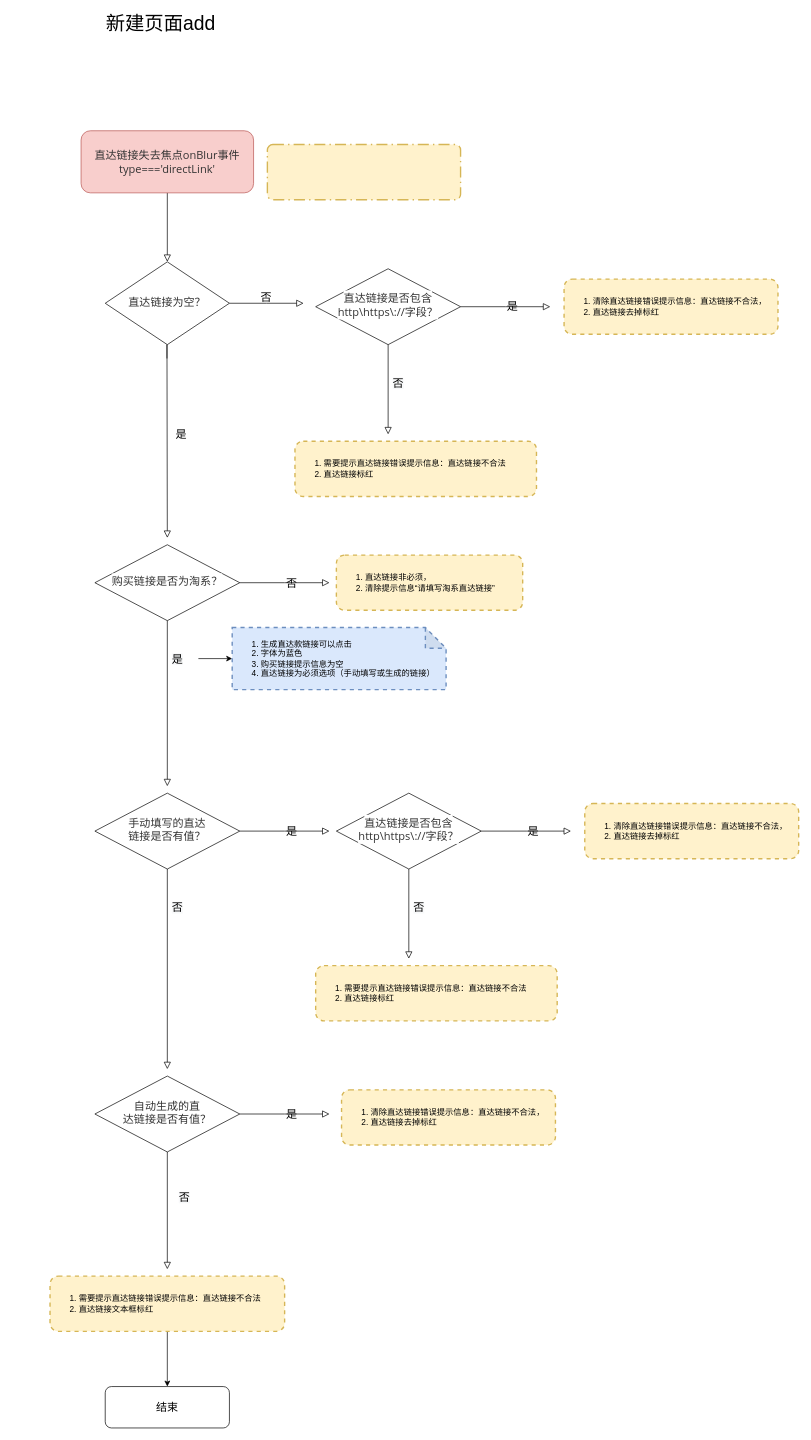
Above: 直达链接失去焦点onblur事件.drawio in AnneLau/-algorithm_bubble (draw.io), before the change. Source tidied: cells renumbered, new cells numbered last; positions are measured from the earlier drawing's top-left corner, leaving out a move shared by most shapes. Both pictures are drawn from the tidied source at 69%, with x=0, y=0 at pixel (50, 13).
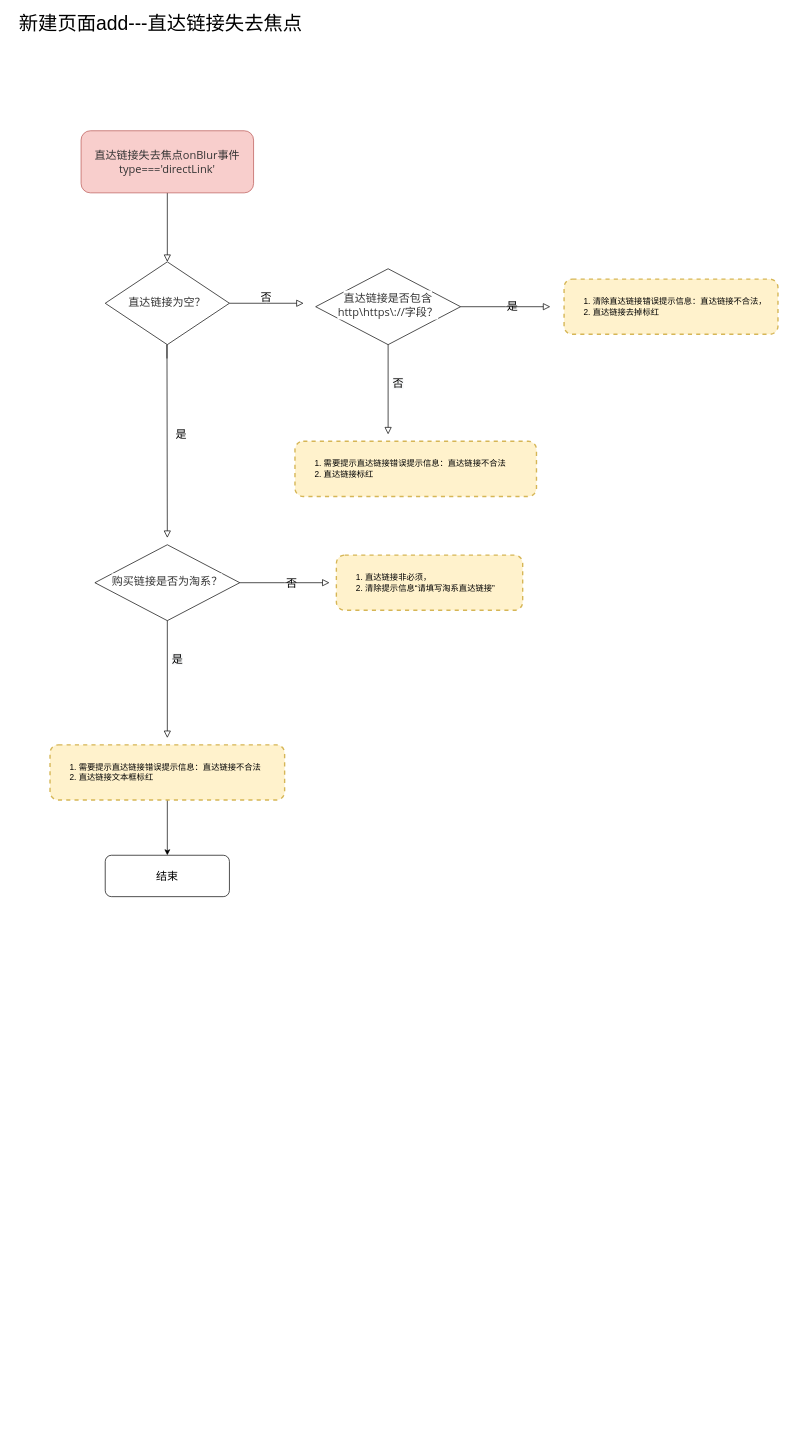
The same diagram, later.

Commit message (it also covers changes not shown here):
Update 直达链接失去焦点onblur事件.drawio

Unchanged cells that the change refers to:
```xml
<mxCell id="15" value="&lt;span style=&quot;color: rgb(0, 0, 0); font-family: helvetica; font-size: 16px; font-style: normal; font-weight: 400; letter-spacing: normal; text-align: center; text-indent: 0px; text-transform: none; word-spacing: 0px; background-color: rgb(248, 249, 250); display: inline; float: none;&quot;&gt;是&lt;/span&gt;" style="text;whiteSpace=wrap;html=1;" parent="1" vertex="1">
  <mxGeometry x="175" y="920" width="40" height="30" as="geometry" />
</mxCell>
```

Diff of the diagram source:
```diff
@@
-<mxGraphModel>
+<mxGraphModel background="#ffffff">
@@
-    <mxCell id="6" value="&lt;font style=&quot;font-size: 16px&quot;&gt;结束&lt;/font&gt;" style="rounded=1;whiteSpace=wrap;html=1;fontSize=12;glass=0;strokeWidth=1;shadow=0;" parent="1" vertex="1">
-      <mxGeometry x="80" y="1990" width="180" height="60" as="geometry" />
-    </mxCell>
-    <mxCell id="7" value="&lt;font style=&quot;font-size: 28px&quot;&gt;新建页面add&lt;/font&gt;" style="text;html=1;align=center;verticalAlign=middle;" parent="1" vertex="1">
-      <mxGeometry x="75" width="170" height="30" as="geometry" />
+    <mxCell id="7" value="&lt;font style=&quot;font-size: 28px&quot;&gt;新建页面add---直达链接失去焦点&lt;/font&gt;" style="text;html=1;align=center;verticalAlign=middle;" parent="1" vertex="1">
+      <mxGeometry x="-55" width="430" height="30" as="geometry" />
     </mxCell>
-    <mxCell id="8" style="rounded=1;arcSize=10;dashed=1;strokeColor=#d6b656;fillColor=#fff2cc;dashPattern=8 3 1 3;strokeWidth=2;align=left;spacingTop=1;spacingLeft=20;" parent="1" vertex="1">
-      <mxGeometry x="315" y="190" width="280" height="80" as="geometry" />
-    </mxCell>
@@
     <mxCell id="12" style="rounded=0;html=1;jettySize=auto;orthogonalLoop=1;fontSize=11;endArrow=block;endFill=0;endSize=8;strokeWidth=1;shadow=0;labelBackgroundColor=none;edgeStyle=orthogonalEdgeStyle;" parent="1" edge="1">
       <mxGeometry relative="1" as="geometry">
         <mxPoint x="170" y="880" as="sourcePoint" />
-        <mxPoint x="170" y="1120" as="targetPoint" />
+        <mxPoint x="170" y="1050" as="targetPoint" />
+        <Array as="points">
+          <mxPoint x="170" y="880" />
+          <mxPoint x="170" y="1040" />
+        </Array>
       </mxGeometry>
     </mxCell>
@@
-    <mxCell id="14" style="edgeStyle=orthogonalEdgeStyle;rounded=0;jettySize=auto;html=1;" parent="1" edge="1" source="15" target="16">
-      <mxGeometry relative="1" as="geometry" />
-    </mxCell>
@@
-    <mxCell id="16" value="&lt;ol&gt;&lt;li&gt;生成直达款链接可以点击&lt;/li&gt;&lt;li&gt;字体为蓝色&lt;/li&gt;&lt;li&gt;购买链接提示信息为空&lt;/li&gt;&lt;li&gt;&lt;span&gt;直达链接为必须选项（手动填写或生成的链接）&lt;br&gt;&lt;/span&gt;&lt;/li&gt;&lt;/ol&gt;" style="shape=note;whiteSpace=wrap;html=1;backgroundOutline=1;darkOpacity=0.05;dashed=1;strokeWidth=2;align=left;fillColor=#dae8fc;strokeColor=#6c8ebf;" parent="1" vertex="1">
-      <mxGeometry x="264" y="890" width="310" height="90" as="geometry" />
-    </mxCell>
-    <mxCell id="17" value="&lt;span style=&quot;color: rgb(51 , 51 , 51) ; font-family: &amp;#34;open sans&amp;#34; , &amp;#34;clear sans&amp;#34; , &amp;#34;helvetica neue&amp;#34; , &amp;#34;helvetica&amp;#34; , &amp;#34;arial&amp;#34; , sans-serif ; font-size: 16px ; background-color: rgb(255 , 255 , 255)&quot;&gt;手动填写的直达&lt;br&gt;链接是否有值？&lt;/span&gt;" style="rhombus;whiteSpace=wrap;html=1;shadow=0;fontFamily=Helvetica;fontSize=12;align=center;strokeWidth=1;spacing=6;spacingTop=-4;" parent="1" vertex="1">
-      <mxGeometry x="65" y="1130" width="210" height="110" as="geometry" />
-    </mxCell>
-    <mxCell id="18" value="&lt;span style=&quot;font-size: 16px&quot;&gt;是&lt;/span&gt;" style="edgeStyle=orthogonalEdgeStyle;rounded=0;html=1;jettySize=auto;fontSize=11;endArrow=block;endFill=0;endSize=8;strokeWidth=1;shadow=0;labelBackgroundColor=none;" parent="1" edge="1" source="17">
-      <mxGeometry y="10" relative="1" as="geometry">
-        <mxPoint x="405" y="1185" as="targetPoint" />
-      </mxGeometry>
-    </mxCell>
-    <mxCell id="19" style="rounded=0;html=1;jettySize=auto;orthogonalLoop=1;fontSize=11;endArrow=block;endFill=0;endSize=8;strokeWidth=1;shadow=0;labelBackgroundColor=none;edgeStyle=orthogonalEdgeStyle;" parent="1" edge="1">
-      <mxGeometry relative="1" as="geometry">
-        <mxPoint x="170" y="1240" as="sourcePoint" />
-        <mxPoint x="170" y="1530" as="targetPoint" />
-      </mxGeometry>
-    </mxCell>
-    <mxCell id="20" style="edgeStyle=orthogonalEdgeStyle;rounded=0;jettySize=auto;html=1;" parent="1" edge="1" source="21" target="6">
-      <mxGeometry relative="1" as="geometry" />
-    </mxCell>
-    <mxCell id="21" value="&lt;blockquote style=&quot;margin: 0 0 0 40px ; border: none ; padding: 0px&quot;&gt;&lt;/blockquote&gt;&lt;blockquote style=&quot;margin: 0 0 0 40px ; border: none ; padding: 0px&quot;&gt;&lt;/blockquote&gt;&lt;blockquote style=&quot;margin: 0 0 0 40px ; border: none ; padding: 0px&quot;&gt;&lt;/blockquote&gt;&lt;div&gt;&lt;div&gt;&lt;ol&gt;&lt;li&gt;需要提示直达链接错误提示信息：直达链接不合法&lt;/li&gt;&lt;li&gt;直达链接文本框标红&lt;/li&gt;&lt;/ol&gt;&lt;/div&gt;&lt;/div&gt;&lt;blockquote style=&quot;margin: 0 0 0 40px ; border: none ; padding: 0px&quot;&gt;&lt;/blockquote&gt;&lt;blockquote style=&quot;margin: 0 0 0 40px ; border: none ; padding: 0px&quot;&gt;&lt;/blockquote&gt;&lt;blockquote style=&quot;margin: 0 0 0 40px ; border: none ; padding: 0px&quot;&gt;&lt;/blockquote&gt;" style="rounded=1;whiteSpace=wrap;html=1;fontSize=12;glass=0;strokeWidth=2;shadow=0;align=left;fillColor=#fff2cc;strokeColor=#d6b656;dashed=1;" parent="1" vertex="1">
-      <mxGeometry y="1830" width="340" height="80" as="geometry" />
-    </mxCell>
-    <mxCell id="22" value="&lt;span style=&quot;color: rgb(0 , 0 , 0) ; font-family: &amp;#34;helvetica&amp;#34; ; font-size: 16px ; font-style: normal ; font-weight: 400 ; letter-spacing: normal ; text-align: center ; text-indent: 0px ; text-transform: none ; word-spacing: 0px ; background-color: rgb(248 , 249 , 250) ; display: inline ; float: none&quot;&gt;否&lt;/span&gt;" style="text;whiteSpace=wrap;html=1;" parent="1" vertex="1">
-      <mxGeometry x="175" y="1280" width="40" height="30" as="geometry" />
-    </mxCell>
-    <mxCell id="23" value="&lt;span style=&quot;color: rgb(51 , 51 , 51) ; font-family: &amp;#34;open sans&amp;#34; , &amp;#34;clear sans&amp;#34; , &amp;#34;helvetica neue&amp;#34; , &amp;#34;helvetica&amp;#34; , &amp;#34;arial&amp;#34; , sans-serif ; font-size: 16px ; background-color: rgb(255 , 255 , 255)&quot;&gt;直达链接是否包含http\https\://字段？&lt;/span&gt;" style="rhombus;whiteSpace=wrap;html=1;shadow=0;fontFamily=Helvetica;fontSize=12;align=center;strokeWidth=1;spacing=6;spacingTop=-4;" parent="1" vertex="1">
-      <mxGeometry x="415" y="1130" width="210" height="110" as="geometry" />
-    </mxCell>
-    <mxCell id="24" value="&lt;span style=&quot;font-size: 16px&quot;&gt;是&lt;/span&gt;" style="edgeStyle=orthogonalEdgeStyle;rounded=0;html=1;jettySize=auto;fontSize=11;endArrow=block;endFill=0;endSize=8;strokeWidth=1;shadow=0;labelBackgroundColor=none;" parent="1" edge="1" source="23">
-      <mxGeometry y="10" relative="1" as="geometry">
-        <mxPoint x="755" y="1185" as="targetPoint" />
-      </mxGeometry>
-    </mxCell>
-    <mxCell id="25" value="&lt;span style=&quot;color: rgb(0 , 0 , 0) ; font-family: &amp;#34;helvetica&amp;#34; ; font-size: 16px ; font-style: normal ; font-weight: 400 ; letter-spacing: normal ; text-align: center ; text-indent: 0px ; text-transform: none ; word-spacing: 0px ; background-color: rgb(248 , 249 , 250) ; display: inline ; float: none&quot;&gt;否&lt;/span&gt;" style="text;whiteSpace=wrap;html=1;" parent="1" vertex="1">
-      <mxGeometry x="525" y="1280" width="40" height="30" as="geometry" />
-    </mxCell>
-    <mxCell id="26" style="rounded=0;html=1;jettySize=auto;orthogonalLoop=1;fontSize=11;endArrow=block;endFill=0;endSize=8;strokeWidth=1;shadow=0;labelBackgroundColor=none;edgeStyle=orthogonalEdgeStyle;" parent="1" edge="1">
-      <mxGeometry relative="1" as="geometry">
-        <mxPoint x="520" y="1240" as="sourcePoint" />
-        <mxPoint x="520" y="1370" as="targetPoint" />
-      </mxGeometry>
-    </mxCell>
-    <mxCell id="27" value="&lt;blockquote style=&quot;margin: 0 0 0 40px ; border: none ; padding: 0px&quot;&gt;&lt;/blockquote&gt;&lt;blockquote style=&quot;margin: 0 0 0 40px ; border: none ; padding: 0px&quot;&gt;&lt;/blockquote&gt;&lt;blockquote style=&quot;margin: 0 0 0 40px ; border: none ; padding: 0px&quot;&gt;&lt;/blockquote&gt;&lt;div&gt;&lt;ol&gt;&lt;li&gt;清除直达链接错误提示信息：直达链接不合法，&lt;/li&gt;&lt;li&gt;直达链接去掉标红&lt;/li&gt;&lt;/ol&gt;&lt;/div&gt;&lt;blockquote style=&quot;margin: 0 0 0 40px ; border: none ; padding: 0px&quot;&gt;&lt;/blockquote&gt;&lt;blockquote style=&quot;margin: 0 0 0 40px ; border: none ; padding: 0px&quot;&gt;&lt;/blockquote&gt;&lt;blockquote style=&quot;margin: 0 0 0 40px ; border: none ; padding: 0px&quot;&gt;&lt;/blockquote&gt;" style="rounded=1;whiteSpace=wrap;html=1;fontSize=12;glass=0;strokeWidth=2;shadow=0;align=left;fillColor=#fff2cc;strokeColor=#d6b656;dashed=1;" parent="1" vertex="1">
-      <mxGeometry x="775" y="1145" width="310" height="80" as="geometry" />
-    </mxCell>
-    <mxCell id="28" value="&lt;blockquote style=&quot;margin: 0 0 0 40px ; border: none ; padding: 0px&quot;&gt;&lt;/blockquote&gt;&lt;blockquote style=&quot;margin: 0 0 0 40px ; border: none ; padding: 0px&quot;&gt;&lt;/blockquote&gt;&lt;blockquote style=&quot;margin: 0 0 0 40px ; border: none ; padding: 0px&quot;&gt;&lt;/blockquote&gt;&lt;div&gt;&lt;ol&gt;&lt;li&gt;需要提示直达链接错误提示信息：直达链接不合法&lt;/li&gt;&lt;li&gt;直达链接标红&lt;br&gt;&lt;/li&gt;&lt;/ol&gt;&lt;/div&gt;&lt;blockquote style=&quot;margin: 0 0 0 40px ; border: none ; padding: 0px&quot;&gt;&lt;/blockquote&gt;&lt;blockquote style=&quot;margin: 0 0 0 40px ; border: none ; padding: 0px&quot;&gt;&lt;/blockquote&gt;&lt;blockquote style=&quot;margin: 0 0 0 40px ; border: none ; padding: 0px&quot;&gt;&lt;/blockquote&gt;" style="rounded=1;whiteSpace=wrap;html=1;fontSize=12;glass=0;strokeWidth=2;shadow=0;align=left;fillColor=#fff2cc;strokeColor=#d6b656;dashed=1;" parent="1" vertex="1">
-      <mxGeometry x="385" y="1380" width="350" height="80" as="geometry" />
-    </mxCell>
-    <mxCell id="29" value="&lt;font color=&quot;#333333&quot; face=&quot;open sans, clear sans, helvetica neue, helvetica, arial, sans-serif&quot;&gt;&lt;span style=&quot;font-size: 16px&quot;&gt;自动生成的直&lt;br&gt;达链接是否有值？&lt;/span&gt;&lt;/font&gt;" style="rhombus;whiteSpace=wrap;html=1;shadow=0;fontFamily=Helvetica;fontSize=12;align=center;strokeWidth=1;spacing=6;spacingTop=-4;" parent="1" vertex="1">
-      <mxGeometry x="65" y="1540" width="210" height="110" as="geometry" />
-    </mxCell>
-    <mxCell id="30" value="&lt;span style=&quot;font-size: 16px&quot;&gt;是&lt;/span&gt;" style="edgeStyle=orthogonalEdgeStyle;rounded=0;html=1;jettySize=auto;fontSize=11;endArrow=block;endFill=0;endSize=8;strokeWidth=1;shadow=0;labelBackgroundColor=none;" parent="1" edge="1" source="29">
-      <mxGeometry y="10" relative="1" as="geometry">
-        <mxPoint x="405" y="1595" as="targetPoint" />
-      </mxGeometry>
-    </mxCell>
-    <mxCell id="31" style="rounded=0;html=1;jettySize=auto;orthogonalLoop=1;fontSize=11;endArrow=block;endFill=0;endSize=8;strokeWidth=1;shadow=0;labelBackgroundColor=none;edgeStyle=orthogonalEdgeStyle;" parent="1" edge="1">
-      <mxGeometry relative="1" as="geometry">
-        <mxPoint x="170" y="1650" as="sourcePoint" />
-        <mxPoint x="170" y="1820" as="targetPoint" />
-      </mxGeometry>
-    </mxCell>
-    <mxCell id="32" value="&lt;blockquote style=&quot;margin: 0 0 0 40px ; border: none ; padding: 0px&quot;&gt;&lt;/blockquote&gt;&lt;blockquote style=&quot;margin: 0 0 0 40px ; border: none ; padding: 0px&quot;&gt;&lt;/blockquote&gt;&lt;blockquote style=&quot;margin: 0 0 0 40px ; border: none ; padding: 0px&quot;&gt;&lt;/blockquote&gt;&lt;div&gt;&lt;ol&gt;&lt;li&gt;清除直达链接错误提示信息：直达链接不合法，&lt;/li&gt;&lt;li&gt;直达链接去掉标红&lt;/li&gt;&lt;/ol&gt;&lt;/div&gt;&lt;blockquote style=&quot;margin: 0 0 0 40px ; border: none ; padding: 0px&quot;&gt;&lt;/blockquote&gt;&lt;blockquote style=&quot;margin: 0 0 0 40px ; border: none ; padding: 0px&quot;&gt;&lt;/blockquote&gt;&lt;blockquote style=&quot;margin: 0 0 0 40px ; border: none ; padding: 0px&quot;&gt;&lt;/blockquote&gt;" style="rounded=1;whiteSpace=wrap;html=1;fontSize=12;glass=0;strokeWidth=2;shadow=0;align=left;fillColor=#fff2cc;strokeColor=#d6b656;dashed=1;" parent="1" vertex="1">
-      <mxGeometry x="422.5" y="1560" width="310" height="80" as="geometry" />
-    </mxCell>
-    <mxCell id="33" value="&lt;span style=&quot;color: rgb(0 , 0 , 0) ; font-family: &amp;#34;helvetica&amp;#34; ; font-size: 16px ; font-style: normal ; font-weight: 400 ; letter-spacing: normal ; text-align: center ; text-indent: 0px ; text-transform: none ; word-spacing: 0px ; background-color: rgb(248 , 249 , 250) ; display: inline ; float: none&quot;&gt;否&lt;/span&gt;" style="text;whiteSpace=wrap;html=1;" parent="1" vertex="1">
-      <mxGeometry x="185" y="1700" width="40" height="30" as="geometry" />
-    </mxCell>
@@
+    <mxCell id="6" value="&lt;font style=&quot;font-size: 16px&quot;&gt;结束&lt;/font&gt;" style="rounded=1;whiteSpace=wrap;html=1;fontSize=12;glass=0;strokeWidth=1;shadow=0;" parent="1" vertex="1">
+      <mxGeometry x="80" y="1220" width="180" height="60" as="geometry" />
+    </mxCell>
+    <mxCell id="20" style="edgeStyle=orthogonalEdgeStyle;rounded=0;jettySize=auto;html=1;" parent="1" edge="1" source="21" target="6">
+      <mxGeometry relative="1" as="geometry" />
+    </mxCell>
+    <mxCell id="21" value="&lt;blockquote style=&quot;margin: 0 0 0 40px ; border: none ; padding: 0px&quot;&gt;&lt;/blockquote&gt;&lt;blockquote style=&quot;margin: 0 0 0 40px ; border: none ; padding: 0px&quot;&gt;&lt;/blockquote&gt;&lt;blockquote style=&quot;margin: 0 0 0 40px ; border: none ; padding: 0px&quot;&gt;&lt;/blockquote&gt;&lt;div&gt;&lt;div&gt;&lt;ol&gt;&lt;li&gt;需要提示直达链接错误提示信息：直达链接不合法&lt;/li&gt;&lt;li&gt;直达链接文本框标红&lt;/li&gt;&lt;/ol&gt;&lt;/div&gt;&lt;/div&gt;&lt;blockquote style=&quot;margin: 0 0 0 40px ; border: none ; padding: 0px&quot;&gt;&lt;/blockquote&gt;&lt;blockquote style=&quot;margin: 0 0 0 40px ; border: none ; padding: 0px&quot;&gt;&lt;/blockquote&gt;&lt;blockquote style=&quot;margin: 0 0 0 40px ; border: none ; padding: 0px&quot;&gt;&lt;/blockquote&gt;" style="rounded=1;whiteSpace=wrap;html=1;fontSize=12;glass=0;strokeWidth=2;shadow=0;align=left;fillColor=#fff2cc;strokeColor=#d6b656;dashed=1;" parent="1" vertex="1">
+      <mxGeometry y="1060" width="340" height="80" as="geometry" />
+    </mxCell>
```
